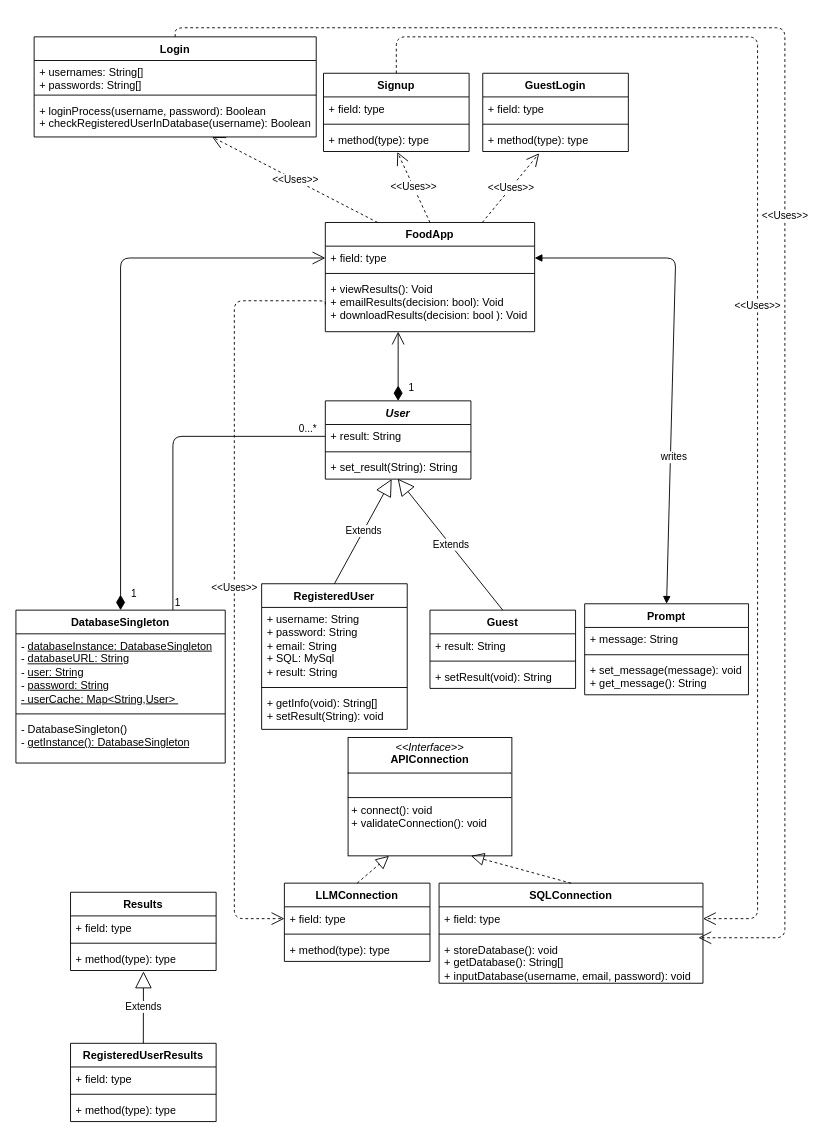
Earlier version of the draw.io diagram page "Business_layer" (1 of 2) of diagrams/project_UML.drawio (Mark-Guerta/SENG401_project_group14_L01). Source tidied: cells renumbered, new cells numbered last; positions are measured from the earlier drawing's top-left corner, leaving out a move shared by most shapes. Both pictures are drawn from the tidied source at 91%, with x=0, y=0 at pixel (15, 27).
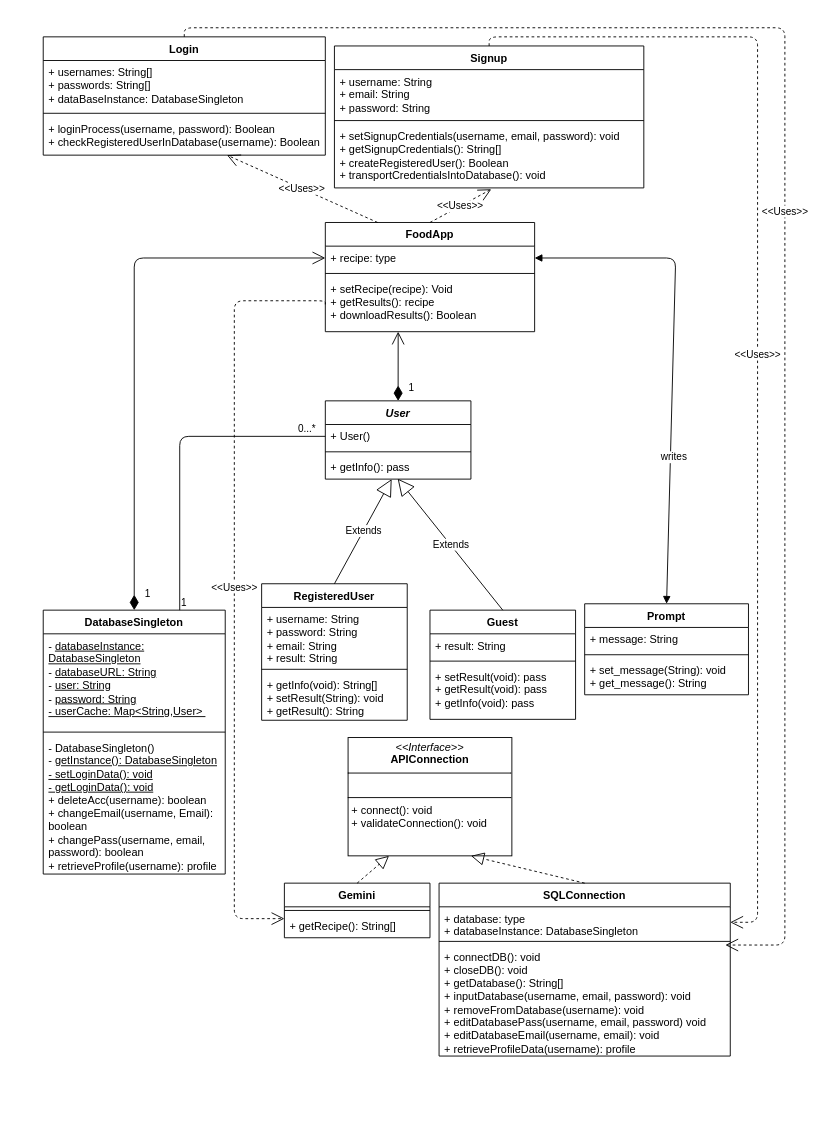
The same diagram, later.

Commit message:
Finished UML

The change refers to these unchanged cells:
```xml
<mxCell id="2" value="&lt;i&gt;User&lt;/i&gt;" style="swimlane;fontStyle=1;align=center;verticalAlign=top;horizontal=1;startSize=26;whiteSpace=wrap;html=1;" parent="1" vertex="1">
  <mxGeometry x="340" y="410" width="160" height="86" as="geometry" />
</mxCell>
<mxCell id="26" value="Prompt" style="swimlane;fontStyle=1;align=center;verticalAlign=top;horizontal=1;startSize=26;whiteSpace=wrap;html=1;" parent="1" vertex="1">
  <mxGeometry x="625" y="633" width="180" height="100" as="geometry" />
</mxCell>
<mxCell id="57" value="FoodApp" style="swimlane;fontStyle=1;align=center;verticalAlign=top;horizontal=1;startSize=26;whiteSpace=wrap;html=1;" parent="1" vertex="1">
  <mxGeometry x="340" y="214" width="230" height="120" as="geometry" />
</mxCell>
```

The edit, as a diff of the source:
```diff
@@
-    <mxCell id="3" value="+ result: String" style="text;strokeColor=none;fillColor=none;align=left;verticalAlign=top;spacingLeft=4;spacingRight=4;overflow=hidden;points=[[0,0.5],[1,0.5]];portConstraint=eastwest;whiteSpace=wrap;html=1;" parent="2" vertex="1">
+    <mxCell id="3" value="+ User()" style="text;strokeColor=none;fillColor=none;align=left;verticalAlign=top;spacingLeft=4;spacingRight=4;overflow=hidden;points=[[0,0.5],[1,0.5]];portConstraint=eastwest;whiteSpace=wrap;html=1;" parent="2" vertex="1">
       <mxGeometry y="26" width="160" height="26" as="geometry" />
     </mxCell>
@@
-    <mxCell id="5" value="+ set_result(String): String" style="text;strokeColor=none;fillColor=none;align=left;verticalAlign=top;spacingLeft=4;spacingRight=4;overflow=hidden;points=[[0,0.5],[1,0.5]];portConstraint=eastwest;whiteSpace=wrap;html=1;" parent="2" vertex="1">
+    <mxCell id="5" value="+ getInfo(): pass" style="text;strokeColor=none;fillColor=none;align=left;verticalAlign=top;spacingLeft=4;spacingRight=4;overflow=hidden;points=[[0,0.5],[1,0.5]];portConstraint=eastwest;whiteSpace=wrap;html=1;" parent="2" vertex="1">
       <mxGeometry y="60" width="160" height="26" as="geometry" />
     </mxCell>
     <mxCell id="6" value="RegisteredUser" style="swimlane;fontStyle=1;align=center;verticalAlign=top;horizontal=1;startSize=26;whiteSpace=wrap;html=1;" parent="1" vertex="1">
-      <mxGeometry x="270" y="611" width="160" height="160" as="geometry" />
+      <mxGeometry x="270" y="611" width="160" height="150" as="geometry" />
     </mxCell>
-    <mxCell id="7" value="+ username: String&lt;div&gt;+ password: String&lt;/div&gt;&lt;div&gt;+ email: String&lt;/div&gt;&lt;div&gt;+ SQL: MySql&lt;/div&gt;&lt;div&gt;+ result: String&lt;/div&gt;" style="text;strokeColor=none;fillColor=none;align=left;verticalAlign=top;spacingLeft=4;spacingRight=4;overflow=hidden;whiteSpace=wrap;html=1;" parent="6" vertex="1">
-      <mxGeometry y="26" width="160" height="84" as="geometry" />
+    <mxCell id="7" value="+ username: String&lt;div&gt;+ password: String&lt;/div&gt;&lt;div&gt;+ email: String&lt;/div&gt;&lt;div&gt;&lt;span style=&quot;background-color: transparent;&quot;&gt;+ result: String&lt;/span&gt;&lt;/div&gt;" style="text;strokeColor=none;fillColor=none;align=left;verticalAlign=top;spacingLeft=4;spacingRight=4;overflow=hidden;whiteSpace=wrap;html=1;" parent="6" vertex="1">
+      <mxGeometry y="26" width="160" height="64" as="geometry" />
     </mxCell>
     <mxCell id="8" style="line;strokeWidth=1;fillColor=none;align=left;verticalAlign=middle;spacingTop=-1;spacingLeft=3;spacingRight=3;labelPosition=right;strokeColor=inherit;" parent="6" vertex="1">
-      <mxGeometry y="110" width="160" height="8" as="geometry" />
+      <mxGeometry y="90" width="160" height="8" as="geometry" />
     </mxCell>
-    <mxCell id="9" value="+ getInfo(void): String[]&lt;br&gt;+ setResult(String): void" style="text;strokeColor=none;fillColor=none;align=left;verticalAlign=top;spacingLeft=4;spacingRight=4;overflow=hidden;whiteSpace=wrap;html=1;" parent="6" vertex="1">
-      <mxGeometry y="118" width="160" height="42" as="geometry" />
+    <mxCell id="9" value="+ getInfo(void): String[]&lt;br&gt;+ setResult(String): void&lt;div&gt;+ getResult(): String&lt;/div&gt;" style="text;strokeColor=none;fillColor=none;align=left;verticalAlign=top;spacingLeft=4;spacingRight=4;overflow=hidden;whiteSpace=wrap;html=1;" parent="6" vertex="1">
+      <mxGeometry y="98" width="160" height="52" as="geometry" />
     </mxCell>
     <mxCell id="10" value="Guest" style="swimlane;fontStyle=1;align=center;verticalAlign=top;horizontal=1;startSize=26;whiteSpace=wrap;html=1;" parent="1" vertex="1">
-      <mxGeometry x="455" y="640" width="160" height="86" as="geometry" />
+      <mxGeometry x="455" y="640" width="160" height="120" as="geometry" />
     </mxCell>
@@
-    <mxCell id="13" value="+ setResult(void): String" style="text;strokeColor=none;fillColor=none;align=left;verticalAlign=top;spacingLeft=4;spacingRight=4;overflow=hidden;whiteSpace=wrap;html=1;" parent="10" vertex="1">
-      <mxGeometry y="60" width="160" height="26" as="geometry" />
+    <mxCell id="13" value="+ setResult(void): pass&lt;div&gt;+ getResult(void): pass&lt;/div&gt;&lt;div&gt;+ getInfo(void): pass&lt;/div&gt;" style="text;strokeColor=none;fillColor=none;align=left;verticalAlign=top;spacingLeft=4;spacingRight=4;overflow=hidden;whiteSpace=wrap;html=1;" parent="10" vertex="1">
+      <mxGeometry y="60" width="160" height="60" as="geometry" />
     </mxCell>
     <mxCell id="14" value="Login" style="swimlane;fontStyle=1;align=center;verticalAlign=top;horizontal=1;startSize=26;whiteSpace=wrap;html=1;" parent="1" vertex="1">
-      <mxGeometry x="20" y="10" width="310" height="110" as="geometry" />
+      <mxGeometry x="30" y="10" width="310" height="130" as="geometry" />
     </mxCell>
-    <mxCell id="15" value="+ usernames: String[]&lt;div&gt;+ passwords: String[]&lt;/div&gt;" style="text;strokeColor=none;fillColor=none;align=left;verticalAlign=top;spacingLeft=4;spacingRight=4;overflow=hidden;whiteSpace=wrap;html=1;" parent="14" vertex="1">
-      <mxGeometry y="26" width="310" height="34" as="geometry" />
+    <mxCell id="15" value="+ usernames: String[]&lt;div&gt;+ passwords: String[]&lt;/div&gt;&lt;div&gt;+ dataBaseInstance: DatabaseSingleton&amp;nbsp;&lt;/div&gt;" style="text;strokeColor=none;fillColor=none;align=left;verticalAlign=top;spacingLeft=4;spacingRight=4;overflow=hidden;whiteSpace=wrap;html=1;" parent="14" vertex="1">
+      <mxGeometry y="26" width="310" height="54" as="geometry" />
     </mxCell>
     <mxCell id="16" style="line;strokeWidth=1;fillColor=none;align=left;verticalAlign=middle;spacingTop=-1;spacingLeft=3;spacingRight=3;labelPosition=right;strokeColor=inherit;" parent="14" vertex="1">
-      <mxGeometry y="60" width="310" height="8" as="geometry" />
+      <mxGeometry y="80" width="310" height="8" as="geometry" />
     </mxCell>
     <mxCell id="17" value="+ loginProcess(username, password): Boolean&lt;div&gt;+ checkRegisteredUserInDatabase(username): Boolean&lt;/div&gt;" style="text;strokeColor=none;fillColor=none;align=left;verticalAlign=top;spacingLeft=4;spacingRight=4;overflow=hidden;points=[[0,0.5],[1,0.5]];portConstraint=eastwest;whiteSpace=wrap;html=1;" parent="14" vertex="1">
-      <mxGeometry y="68" width="310" height="42" as="geometry" />
+      <mxGeometry y="88" width="310" height="42" as="geometry" />
     </mxCell>
-    <mxCell id="18" value="GuestLogin" style="swimlane;fontStyle=1;align=center;verticalAlign=top;horizontal=1;startSize=26;whiteSpace=wrap;html=1;" parent="1" vertex="1">
-      <mxGeometry x="513" y="50" width="160" height="86" as="geometry" />
-    </mxCell>
-    <mxCell id="19" value="+ field: type" style="text;strokeColor=none;fillColor=none;align=left;verticalAlign=top;spacingLeft=4;spacingRight=4;overflow=hidden;whiteSpace=wrap;html=1;" parent="18" vertex="1">
-      <mxGeometry y="26" width="160" height="26" as="geometry" />
-    </mxCell>
-    <mxCell id="20" style="line;strokeWidth=1;fillColor=none;align=left;verticalAlign=middle;spacingTop=-1;spacingLeft=3;spacingRight=3;labelPosition=right;strokeColor=inherit;" parent="18" vertex="1">
-      <mxGeometry y="52" width="160" height="8" as="geometry" />
-    </mxCell>
-    <mxCell id="21" value="+ method(type): type" style="text;strokeColor=none;fillColor=none;align=left;verticalAlign=top;spacingLeft=4;spacingRight=4;overflow=hidden;whiteSpace=wrap;html=1;" parent="18" vertex="1">
-      <mxGeometry y="60" width="160" height="26" as="geometry" />
-    </mxCell>
     <mxCell id="22" value="Signup" style="swimlane;fontStyle=1;align=center;verticalAlign=top;horizontal=1;startSize=26;whiteSpace=wrap;html=1;" parent="1" vertex="1">
-      <mxGeometry x="338" y="50" width="160" height="86" as="geometry" />
+      <mxGeometry x="350" y="20" width="340" height="156" as="geometry" />
     </mxCell>
-    <mxCell id="23" value="+ field: type" style="text;strokeColor=none;fillColor=none;align=left;verticalAlign=top;spacingLeft=4;spacingRight=4;overflow=hidden;whiteSpace=wrap;html=1;" parent="22" vertex="1">
-      <mxGeometry y="26" width="160" height="26" as="geometry" />
+    <mxCell id="23" value="+ username: String&lt;div&gt;+ email: String&lt;/div&gt;&lt;div&gt;+ password: String&lt;/div&gt;" style="text;strokeColor=none;fillColor=none;align=left;verticalAlign=top;spacingLeft=4;spacingRight=4;overflow=hidden;whiteSpace=wrap;html=1;" parent="22" vertex="1">
+      <mxGeometry y="26" width="340" height="52" as="geometry" />
     </mxCell>
     <mxCell id="24" style="line;strokeWidth=1;fillColor=none;align=left;verticalAlign=middle;spacingTop=-1;spacingLeft=3;spacingRight=3;labelPosition=right;strokeColor=inherit;" parent="22" vertex="1">
-      <mxGeometry y="52" width="160" height="8" as="geometry" />
+      <mxGeometry y="78" width="340" height="8" as="geometry" />
     </mxCell>
-    <mxCell id="25" value="+ method(type): type" style="text;strokeColor=none;fillColor=none;align=left;verticalAlign=top;spacingLeft=4;spacingRight=4;overflow=hidden;points=[[0,0.5],[1,0.5]];portConstraint=eastwest;whiteSpace=wrap;html=1;" parent="22" vertex="1">
-      <mxGeometry y="60" width="160" height="26" as="geometry" />
+    <mxCell id="25" value="+ setSignupCredentials(username, email, password): void&lt;br&gt;+ getSignupCredentials(): String[]&lt;div&gt;+ createRegisteredUser(): Boolean&lt;/div&gt;&lt;div&gt;+ transportCredentialsIntoDatabase(): void&lt;/div&gt;" style="text;strokeColor=none;fillColor=none;align=left;verticalAlign=top;spacingLeft=4;spacingRight=4;overflow=hidden;points=[[0,0.5],[1,0.5]];portConstraint=eastwest;whiteSpace=wrap;html=1;" parent="22" vertex="1">
+      <mxGeometry y="86" width="340" height="70" as="geometry" />
     </mxCell>
@@
-    <mxCell id="29" value="+ set_message(message): void&lt;div&gt;+ get_message(): String&lt;/div&gt;" style="text;strokeColor=none;fillColor=none;align=left;verticalAlign=top;spacingLeft=4;spacingRight=4;overflow=hidden;whiteSpace=wrap;html=1;" parent="26" vertex="1">
+    <mxCell id="29" value="+ set_message(String): void&lt;div&gt;+ get_message(): String&lt;/div&gt;" style="text;strokeColor=none;fillColor=none;align=left;verticalAlign=top;spacingLeft=4;spacingRight=4;overflow=hidden;whiteSpace=wrap;html=1;" parent="26" vertex="1">
       <mxGeometry y="60" width="180" height="40" as="geometry" />
     </mxCell>
-    <mxCell id="30" value="Results" style="swimlane;fontStyle=1;align=center;verticalAlign=top;horizontal=1;startSize=26;whiteSpace=wrap;html=1;" parent="1" vertex="1">
-      <mxGeometry x="60" y="950" width="160" height="86" as="geometry" />
-    </mxCell>
-    <mxCell id="31" value="+ field: type" style="text;strokeColor=none;fillColor=none;align=left;verticalAlign=top;spacingLeft=4;spacingRight=4;overflow=hidden;whiteSpace=wrap;html=1;" parent="30" vertex="1">
-      <mxGeometry y="26" width="160" height="26" as="geometry" />
-    </mxCell>
-    <mxCell id="32" style="line;strokeWidth=1;fillColor=none;align=left;verticalAlign=middle;spacingTop=-1;spacingLeft=3;spacingRight=3;labelPosition=right;strokeColor=inherit;" parent="30" vertex="1">
-      <mxGeometry y="52" width="160" height="8" as="geometry" />
-    </mxCell>
-    <mxCell id="33" value="+ method(type): type" style="text;strokeColor=none;fillColor=none;align=left;verticalAlign=top;spacingLeft=4;spacingRight=4;overflow=hidden;points=[[0,0.5],[1,0.5]];portConstraint=eastwest;whiteSpace=wrap;html=1;" parent="30" vertex="1">
-      <mxGeometry y="60" width="160" height="26" as="geometry" />
-    </mxCell>
-    <mxCell id="34" value="RegisteredUserResults" style="swimlane;fontStyle=1;align=center;verticalAlign=top;horizontal=1;startSize=26;whiteSpace=wrap;html=1;" parent="1" vertex="1">
-      <mxGeometry x="60" y="1116" width="160" height="86" as="geometry" />
-    </mxCell>
-    <mxCell id="35" value="+ field: type" style="text;strokeColor=none;fillColor=none;align=left;verticalAlign=top;spacingLeft=4;spacingRight=4;overflow=hidden;whiteSpace=wrap;html=1;" parent="34" vertex="1">
-      <mxGeometry y="26" width="160" height="26" as="geometry" />
-    </mxCell>
-    <mxCell id="36" style="line;strokeWidth=1;fillColor=none;align=left;verticalAlign=middle;spacingTop=-1;spacingLeft=3;spacingRight=3;labelPosition=right;strokeColor=inherit;" parent="34" vertex="1">
-      <mxGeometry y="52" width="160" height="8" as="geometry" />
-    </mxCell>
-    <mxCell id="37" value="+ method(type): type" style="text;strokeColor=none;fillColor=none;align=left;verticalAlign=top;spacingLeft=4;spacingRight=4;overflow=hidden;whiteSpace=wrap;html=1;" parent="34" vertex="1">
-      <mxGeometry y="60" width="160" height="26" as="geometry" />
-    </mxCell>
     <mxCell id="38" value="DatabaseSingleton" style="swimlane;fontStyle=1;align=center;verticalAlign=top;horizontal=1;startSize=26;whiteSpace=wrap;html=1;" parent="1" vertex="1">
-      <mxGeometry y="640" width="230" height="168" as="geometry" />
+      <mxGeometry x="30" y="640" width="200" height="290" as="geometry" />
     </mxCell>
     <mxCell id="39" value="-&amp;nbsp;&lt;u&gt;databaseInstance: DatabaseSingleton&lt;/u&gt;&lt;div&gt;-&amp;nbsp;&lt;u&gt;databaseURL: String&lt;/u&gt;&lt;/div&gt;&lt;div&gt;-&amp;nbsp;&lt;u&gt;user: String&lt;/u&gt;&lt;/div&gt;&lt;div&gt;-&amp;nbsp;&lt;u&gt;password: String&lt;/u&gt;&lt;/div&gt;&lt;div&gt;&lt;u&gt;- userCache: Map&amp;lt;String,User&amp;gt;&amp;nbsp;&lt;/u&gt;&lt;/div&gt;" style="text;strokeColor=none;fillColor=none;align=left;verticalAlign=top;spacingLeft=4;spacingRight=4;overflow=hidden;whiteSpace=wrap;html=1;" parent="38" vertex="1">
-      <mxGeometry y="26" width="230" height="84" as="geometry" />
+      <mxGeometry y="26" width="200" height="104" as="geometry" />
     </mxCell>
     <mxCell id="40" style="line;strokeWidth=1;fillColor=none;align=left;verticalAlign=middle;spacingTop=-1;spacingLeft=3;spacingRight=3;labelPosition=right;strokeColor=inherit;" parent="38" vertex="1">
-      <mxGeometry y="110" width="230" height="8" as="geometry" />
+      <mxGeometry y="130" width="200" height="8" as="geometry" />
     </mxCell>
-    <mxCell id="41" value="- DatabaseSingleton()&lt;div&gt;- &lt;u&gt;getInstance(): DatabaseSingleton&lt;/u&gt;&lt;/div&gt;" style="text;strokeColor=none;fillColor=none;align=left;verticalAlign=top;spacingLeft=4;spacingRight=4;overflow=hidden;whiteSpace=wrap;html=1;" parent="38" vertex="1">
-      <mxGeometry y="118" width="230" height="50" as="geometry" />
+    <mxCell id="41" value="- DatabaseSingleton()&lt;div&gt;- &lt;u&gt;getInstance(): DatabaseSingleton&lt;/u&gt;&lt;/div&gt;&lt;div&gt;&lt;u&gt;- setLoginData(): void&lt;/u&gt;&lt;/div&gt;&lt;div&gt;&lt;u&gt;- getLoginData(): void&lt;/u&gt;&lt;/div&gt;&lt;div&gt;+ deleteAcc(username): boolean&lt;/div&gt;&lt;div&gt;+ changeEmail(username, Email): boolean&lt;/div&gt;&lt;div&gt;+ changePass(username, email, password): boolean&lt;/div&gt;&lt;div&gt;+ retrieveProfile(username): profile&lt;/div&gt;" style="text;strokeColor=none;fillColor=none;align=left;verticalAlign=top;spacingLeft=4;spacingRight=4;overflow=hidden;whiteSpace=wrap;html=1;" parent="38" vertex="1">
+      <mxGeometry y="138" width="200" height="152" as="geometry" />
     </mxCell>
     <mxCell id="42" value="SQLConnection" style="swimlane;fontStyle=1;align=center;verticalAlign=top;horizontal=1;startSize=26;whiteSpace=wrap;html=1;" parent="1" vertex="1">
-      <mxGeometry x="465" y="940" width="290" height="110" as="geometry" />
+      <mxGeometry x="465" y="940" width="320" height="190" as="geometry" />
     </mxCell>
-    <mxCell id="43" value="+ field: type" style="text;strokeColor=none;fillColor=none;align=left;verticalAlign=top;spacingLeft=4;spacingRight=4;overflow=hidden;points=[[0,0.5],[1,0.5]];portConstraint=eastwest;whiteSpace=wrap;html=1;" parent="42" vertex="1">
-      <mxGeometry y="26" width="290" height="26" as="geometry" />
+    <mxCell id="43" value="+ database: type&lt;div&gt;+ databaseInstance: DatabaseSingleton&lt;/div&gt;" style="text;strokeColor=none;fillColor=none;align=left;verticalAlign=top;spacingLeft=4;spacingRight=4;overflow=hidden;points=[[0,0.5],[1,0.5]];portConstraint=eastwest;whiteSpace=wrap;html=1;" parent="42" vertex="1">
+      <mxGeometry y="26" width="320" height="34" as="geometry" />
     </mxCell>
     <mxCell id="44" style="line;strokeWidth=1;fillColor=none;align=left;verticalAlign=middle;spacingTop=-1;spacingLeft=3;spacingRight=3;labelPosition=right;strokeColor=inherit;" parent="42" vertex="1">
-      <mxGeometry y="52" width="290" height="8" as="geometry" />
+      <mxGeometry y="60" width="320" height="8" as="geometry" />
     </mxCell>
-    <mxCell id="45" value="+ storeDatabase(): void&lt;div&gt;&lt;div&gt;+ getDatabase(): String[]&lt;/div&gt;&lt;/div&gt;&lt;div&gt;+ inputDatabase(username, email, password): void&lt;/div&gt;" style="text;strokeColor=none;fillColor=none;align=left;verticalAlign=top;spacingLeft=4;spacingRight=4;overflow=hidden;points=[[0,0.5],[1,0.5]];portConstraint=eastwest;whiteSpace=wrap;html=1;" parent="42" vertex="1">
-      <mxGeometry y="60" width="290" height="50" as="geometry" />
+    <mxCell id="45" value="+ connectDB(): void&lt;div&gt;&lt;div&gt;+ closeDB(): void&lt;/div&gt;&lt;/div&gt;&lt;div&gt;+ getDatabase(): String[]&lt;br&gt;+ inputDatabase(username, email, password): void&lt;br&gt;+ removeFromDatabase(username): void&lt;/div&gt;&lt;div&gt;+ editDatabasePass(username, email, password) void&lt;/div&gt;&lt;div&gt;+ editDatabaseEmail(username, email): void&lt;/div&gt;&lt;div&gt;+ retrieveProfileData(username): profile&lt;/div&gt;" style="text;strokeColor=none;fillColor=none;align=left;verticalAlign=top;spacingLeft=4;spacingRight=4;overflow=hidden;points=[[0,0.5],[1,0.5]];portConstraint=eastwest;whiteSpace=wrap;html=1;" parent="42" vertex="1">
+      <mxGeometry y="68" width="320" height="122" as="geometry" />
     </mxCell>
-    <mxCell id="46" value="LLMConnection" style="swimlane;fontStyle=1;align=center;verticalAlign=top;horizontal=1;startSize=26;whiteSpace=wrap;html=1;" parent="1" vertex="1">
-      <mxGeometry x="295" y="940" width="160" height="86" as="geometry" />
+    <mxCell id="46" value="Gemini" style="swimlane;fontStyle=1;align=center;verticalAlign=top;horizontal=1;startSize=26;whiteSpace=wrap;html=1;" parent="1" vertex="1">
+      <mxGeometry x="295" y="940" width="160" height="60" as="geometry" />
     </mxCell>
-    <mxCell id="47" value="+ field: type" style="text;strokeColor=none;fillColor=none;align=left;verticalAlign=top;spacingLeft=4;spacingRight=4;overflow=hidden;points=[[0,0.5],[1,0.5]];portConstraint=eastwest;whiteSpace=wrap;html=1;" parent="46" vertex="1">
-      <mxGeometry y="26" width="160" height="26" as="geometry" />
-    </mxCell>
     <mxCell id="48" style="line;strokeWidth=1;fillColor=none;align=left;verticalAlign=middle;spacingTop=-1;spacingLeft=3;spacingRight=3;labelPosition=right;strokeColor=inherit;" parent="46" vertex="1">
-      <mxGeometry y="52" width="160" height="8" as="geometry" />
+      <mxGeometry y="26" width="160" height="8" as="geometry" />
     </mxCell>
-    <mxCell id="49" value="+ method(type): type" style="text;strokeColor=none;fillColor=none;align=left;verticalAlign=top;spacingLeft=4;spacingRight=4;overflow=hidden;whiteSpace=wrap;html=1;" parent="46" vertex="1">
-      <mxGeometry y="60" width="160" height="26" as="geometry" />
+    <mxCell id="49" value="+ getRecipe(): String[]" style="text;strokeColor=none;fillColor=none;align=left;verticalAlign=top;spacingLeft=4;spacingRight=4;overflow=hidden;whiteSpace=wrap;html=1;" parent="46" vertex="1">
+      <mxGeometry y="34" width="160" height="26" as="geometry" />
     </mxCell>
@@
-    <mxCell id="58" value="+ field: type" style="text;strokeColor=none;fillColor=none;align=left;verticalAlign=top;spacingLeft=4;spacingRight=4;overflow=hidden;points=[[0,0.5],[1,0.5]];portConstraint=eastwest;whiteSpace=wrap;html=1;" parent="57" vertex="1">
+    <mxCell id="58" value="+ recipe: type" style="text;strokeColor=none;fillColor=none;align=left;verticalAlign=top;spacingLeft=4;spacingRight=4;overflow=hidden;points=[[0,0.5],[1,0.5]];portConstraint=eastwest;whiteSpace=wrap;html=1;" parent="57" vertex="1">
       <mxGeometry y="26" width="230" height="26" as="geometry" />
     </mxCell>
@@
-    <mxCell id="60" value="&lt;div&gt;+ viewResults(): Void&amp;nbsp;&lt;/div&gt;&lt;div&gt;+ emailResults(decision: bool): Void&lt;/div&gt;&lt;div&gt;+ downloadResults(decision: bool ): Void&lt;/div&gt;" style="text;strokeColor=none;fillColor=none;align=left;verticalAlign=top;spacingLeft=4;spacingRight=4;overflow=hidden;points=[[0,0.5],[1,0.5]];portConstraint=eastwest;whiteSpace=wrap;html=1;" parent="57" vertex="1">
+    <mxCell id="60" value="&lt;div&gt;+ setRecipe(recipe): Void&amp;nbsp;&lt;/div&gt;&lt;div&gt;+ getResults(): recipe&lt;/div&gt;&lt;div&gt;+ downloadResults(): Boolean&lt;/div&gt;" style="text;strokeColor=none;fillColor=none;align=left;verticalAlign=top;spacingLeft=4;spacingRight=4;overflow=hidden;points=[[0,0.5],[1,0.5]];portConstraint=eastwest;whiteSpace=wrap;html=1;" parent="57" vertex="1">
       <mxGeometry y="60" width="230" height="60" as="geometry" />
     </mxCell>
@@
-    <mxCell id="65" value="&amp;lt;&amp;lt;Uses&amp;gt;&amp;gt;" style="endArrow=open;endSize=12;dashed=1;html=1;exitX=0.75;exitY=0;exitDx=0;exitDy=0;" parent="1" edge="1" source="57">
-      <mxGeometry relative="1" as="geometry">
-        <mxPoint x="575" y="138" as="targetPoint" />
-      </mxGeometry>
-    </mxCell>
     <mxCell id="66" value="&amp;lt;&amp;lt;Uses&amp;gt;&amp;gt;" style="endArrow=open;endSize=12;dashed=1;html=1;exitX=0.5;exitY=0;exitDx=0;exitDy=0;entryX=1;entryY=0.5;entryDx=0;entryDy=0;edgeStyle=orthogonalEdgeStyle;" parent="1" edge="1" source="22" target="43">
       <mxGeometry relative="1" as="geometry">
         <Array as="points">
-          <mxPoint x="418" y="10" />
+          <mxPoint x="520" y="10" />
           <mxPoint x="815" y="10" />
-          <mxPoint x="815" y="979" />
+          <mxPoint x="815" y="983" />
         </Array>
       </mxGeometry>
     </mxCell>
@@
-    <mxCell id="68" value="&amp;lt;&amp;lt;Uses&amp;gt;&amp;gt;" style="endArrow=open;endSize=12;dashed=1;html=1;exitX=0;exitY=0.5;exitDx=0;exitDy=0;edgeStyle=orthogonalEdgeStyle;entryX=0;entryY=0.5;entryDx=0;entryDy=0;" parent="1" edge="1" source="60" target="47">
+    <mxCell id="68" value="&amp;lt;&amp;lt;Uses&amp;gt;&amp;gt;" style="endArrow=open;endSize=12;dashed=1;html=1;exitX=0;exitY=0.5;exitDx=0;exitDy=0;edgeStyle=orthogonalEdgeStyle;entryX=0;entryY=0.5;entryDx=0;entryDy=0;" parent="1" edge="1" source="60">
       <mxGeometry relative="1" as="geometry">
+        <mxPoint x="295" y="979" as="targetPoint" />
         <Array as="points">
           <mxPoint x="340" y="300" />
           <mxPoint x="240" y="300" />
           <mxPoint x="240" y="979" />
         </Array>
       </mxGeometry>
     </mxCell>
-    <mxCell id="69" value="Extends" style="endArrow=block;endSize=16;endFill=0;html=1;exitX=0.5;exitY=0;exitDx=0;exitDy=0;entryX=0.501;entryY=1.037;entryDx=0;entryDy=0;entryPerimeter=0;" parent="1" edge="1" source="34" target="33">
-      <mxGeometry relative="1" as="geometry" />
-    </mxCell>
```
